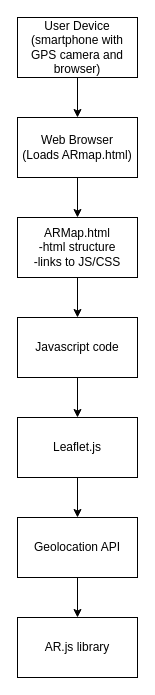
Before: Untitled Diagram.drawio in louisslater/AR-Detective-Game, a draw.io diagram. Source tidied: cells renumbered, new cells numbered last; positions are measured from the earlier drawing's top-left corner, leaving out a move shared by most shapes. Both pictures are drawn from the tidied source at 100%, with x=0, y=0 at pixel (17, 17).
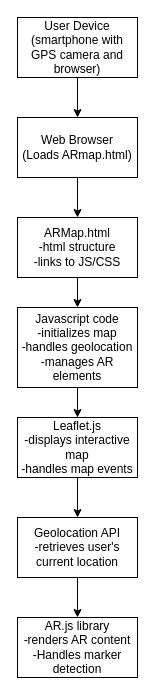
The same diagram, later.

Change to the diagram source:
```diff
@@
 <mxGraphModel>
   <root>
     <mxCell id="0" />
     <mxCell id="1" parent="0" />
     <mxCell id="2" value="User Device&lt;div&gt;(smartphone with GPS camera and browser)&lt;/div&gt;" style="rounded=0;whiteSpace=wrap;html=1;" parent="1" vertex="1">
       <mxGeometry width="120" height="60" as="geometry" />
     </mxCell>
     <mxCell id="3" value="Web Browser&lt;div&gt;(Loads ARmap.html)&lt;/div&gt;" style="rounded=0;whiteSpace=wrap;html=1;" parent="1" vertex="1">
       <mxGeometry y="100" width="120" height="60" as="geometry" />
     </mxCell>
     <mxCell id="4" value="ARMap.html&lt;div&gt;-html structure&lt;/div&gt;&lt;div&gt;-links to JS/CSS&lt;/div&gt;" style="rounded=0;whiteSpace=wrap;html=1;" parent="1" vertex="1">
       <mxGeometry y="200" width="120" height="60" as="geometry" />
     </mxCell>
-    <mxCell id="5" value="Javascript code" style="rounded=0;whiteSpace=wrap;html=1;" parent="1" vertex="1">
-      <mxGeometry y="300" width="120" height="60" as="geometry" />
+    <mxCell id="5" value="Javascript code&lt;div&gt;-initializes map&lt;/div&gt;&lt;div&gt;-handles geolocation&lt;/div&gt;&lt;div&gt;-manages AR elements&lt;/div&gt;" style="rounded=0;whiteSpace=wrap;html=1;" parent="1" vertex="1">
+      <mxGeometry y="290" width="120" height="80" as="geometry" />
     </mxCell>
-    <mxCell id="6" value="Leaflet.js" style="rounded=0;whiteSpace=wrap;html=1;" parent="1" vertex="1">
+    <mxCell id="6" value="Leaflet.js&lt;div&gt;-displays interactive map&lt;/div&gt;&lt;div&gt;-handles map events&lt;/div&gt;" style="rounded=0;whiteSpace=wrap;html=1;" parent="1" vertex="1">
       <mxGeometry y="400" width="120" height="60" as="geometry" />
     </mxCell>
-    <mxCell id="7" value="Geolocation API" style="rounded=0;whiteSpace=wrap;html=1;" parent="1" vertex="1">
+    <mxCell id="7" value="Geolocation API&lt;div&gt;-retrieves user's current location&lt;/div&gt;" style="rounded=0;whiteSpace=wrap;html=1;" parent="1" vertex="1">
       <mxGeometry y="500" width="120" height="60" as="geometry" />
     </mxCell>
-    <mxCell id="8" value="AR.js library" style="rounded=0;whiteSpace=wrap;html=1;" parent="1" vertex="1">
+    <mxCell id="8" value="AR.js library&lt;div&gt;-renders AR content&lt;/div&gt;&lt;div&gt;-Handles marker detection&lt;/div&gt;" style="rounded=0;whiteSpace=wrap;html=1;" parent="1" vertex="1">
       <mxGeometry y="600" width="120" height="60" as="geometry" />
     </mxCell>
     <mxCell id="9" style="endArrow=classic;html=1;rounded=0;entryX=0.5;entryY=0;entryDx=0;entryDy=0;exitX=0.5;exitY=1;exitDx=0;exitDy=0;" parent="1" edge="1" source="2" target="3">
       <mxGeometry relative="1" as="geometry" />
     </mxCell>
     <mxCell id="10" style="endArrow=classic;html=1;rounded=0;entryX=0.5;entryY=0;entryDx=0;entryDy=0;exitX=0.5;exitY=1;exitDx=0;exitDy=0;" parent="1" edge="1" source="3" target="4">
       <mxGeometry relative="1" as="geometry" />
     </mxCell>
     <mxCell id="11" style="endArrow=classic;html=1;rounded=0;entryX=0.5;entryY=0;entryDx=0;entryDy=0;exitX=0.5;exitY=1;exitDx=0;exitDy=0;" parent="1" edge="1" source="4" target="5">
       <mxGeometry relative="1" as="geometry" />
     </mxCell>
     <mxCell id="12" style="endArrow=classic;html=1;rounded=0;entryX=0.5;entryY=0;entryDx=0;entryDy=0;exitX=0.5;exitY=1;exitDx=0;exitDy=0;" parent="1" edge="1" source="5" target="6">
       <mxGeometry relative="1" as="geometry" />
     </mxCell>
     <mxCell id="13" style="endArrow=classic;html=1;rounded=0;entryX=0.5;entryY=0;entryDx=0;entryDy=0;exitX=0.5;exitY=1;exitDx=0;exitDy=0;" parent="1" edge="1" source="6" target="7">
       <mxGeometry relative="1" as="geometry" />
     </mxCell>
     <mxCell id="14" style="endArrow=classic;html=1;rounded=0;entryX=0.5;entryY=0;entryDx=0;entryDy=0;exitX=0.5;exitY=1;exitDx=0;exitDy=0;" parent="1" edge="1" source="7" target="8">
       <mxGeometry relative="1" as="geometry" />
     </mxCell>
   </root>
 </mxGraphModel>
```
